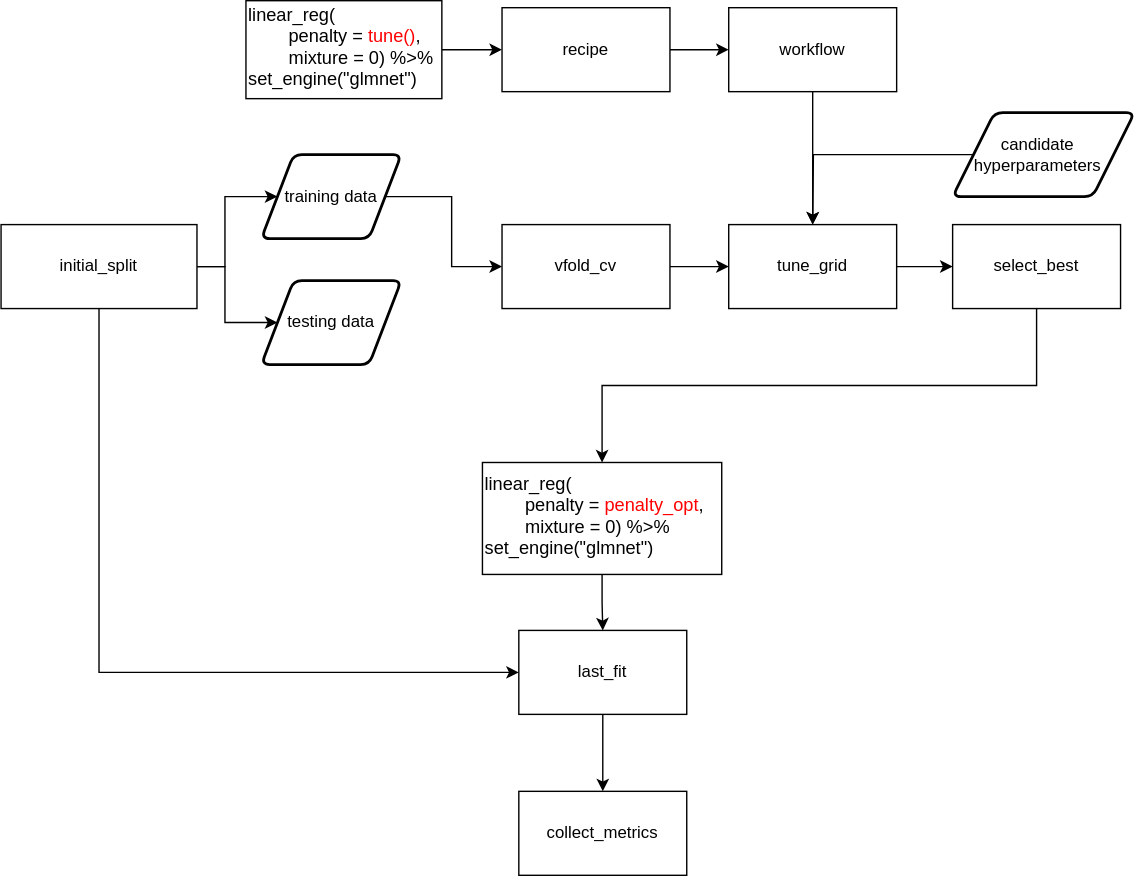
Before: _site/teaching/ML/pictures/tune_illustration.svg, a diagram exported from draw.io (LinusLach/website). Source tidied: cells renumbered, new cells last; positions are measured from the earlier drawing's top-left corner, leaving out a move shared by most shapes.
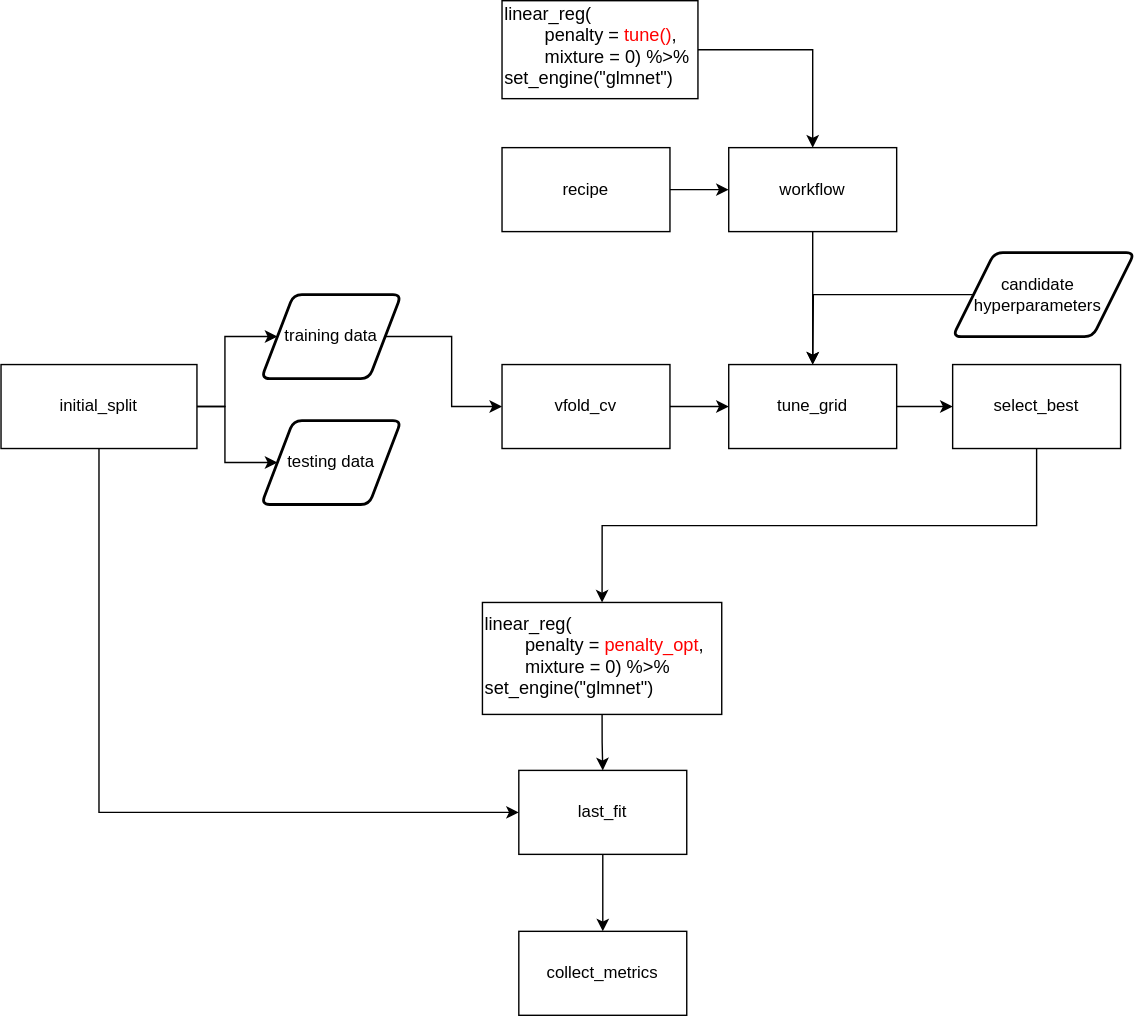
The same file after the commit.

Diff of the diagram source:
```diff
@@ -39,11 +39,11 @@
     <mxCell id="10" value="vfold_cv" style="rounded=0;whiteSpace=wrap;html=1;" parent="1" vertex="1">
       <mxGeometry x="358" y="160" width="120" height="60" as="geometry" />
     </mxCell>
-    <mxCell id="11" style="edgeStyle=orthogonalEdgeStyle;rounded=0;jettySize=auto;html=1;exitX=1;exitY=0.5;exitDx=0;exitDy=0;entryX=0;entryY=0.5;entryDx=0;entryDy=0;" parent="1" edge="1" source="12" target="16">
+    <mxCell id="11" style="edgeStyle=orthogonalEdgeStyle;rounded=0;jettySize=auto;html=1;exitX=1;exitY=0.5;exitDx=0;exitDy=0;entryX=0.5;entryY=0;entryDx=0;entryDy=0;" parent="1" edge="1" source="12" target="18">
       <mxGeometry relative="1" as="geometry" />
     </mxCell>
     <mxCell id="12" value="&lt;div style=&quot;font-size: 13px;&quot;&gt;&lt;font style=&quot;font-size: 13px;&quot;&gt;linear_reg(&lt;/font&gt;&lt;/div&gt;&lt;div style=&quot;font-size: 13px;&quot;&gt;&lt;font style=&quot;font-size: 13px;&quot;&gt;&lt;span style=&quot;white-space: pre;&quot;&gt;&#9;&lt;/span&gt;penalty = &lt;font color=&quot;#ff0000&quot;&gt;tune()&lt;/font&gt;,&lt;/font&gt;&lt;/div&gt;&lt;div style=&quot;font-size: 13px;&quot;&gt;&lt;font style=&quot;font-size: 13px;&quot;&gt;&lt;span style=&quot;white-space: pre;&quot;&gt;&#9;&lt;/span&gt;mixture = 0) %&amp;gt;%&lt;/font&gt;&lt;/div&gt;&lt;div style=&quot;font-size: 13px;&quot;&gt;&lt;font style=&quot;font-size: 13px;&quot;&gt;set_engine(&quot;glmnet&quot;)&lt;br&gt;&lt;/font&gt;&lt;/div&gt;&lt;font style=&quot;font-size: 13px;&quot;&gt;&lt;br&gt;&lt;/font&gt;" style="rounded=0;whiteSpace=wrap;html=1;verticalAlign=middle;labelPosition=center;verticalLabelPosition=middle;align=left;spacingTop=11;" parent="1" vertex="1">
-      <mxGeometry x="175" width="140" height="70" as="geometry" />
+      <mxGeometry x="358" y="-100" width="140" height="70" as="geometry" />
     </mxCell>
     <mxCell id="13" style="edgeStyle=orthogonalEdgeStyle;rounded=0;jettySize=auto;html=1;exitX=1;exitY=0.5;exitDx=0;exitDy=0;entryX=0;entryY=0.5;entryDx=0;entryDy=0;" parent="1" edge="1" source="14" target="20">
       <mxGeometry relative="1" as="geometry" />
```
